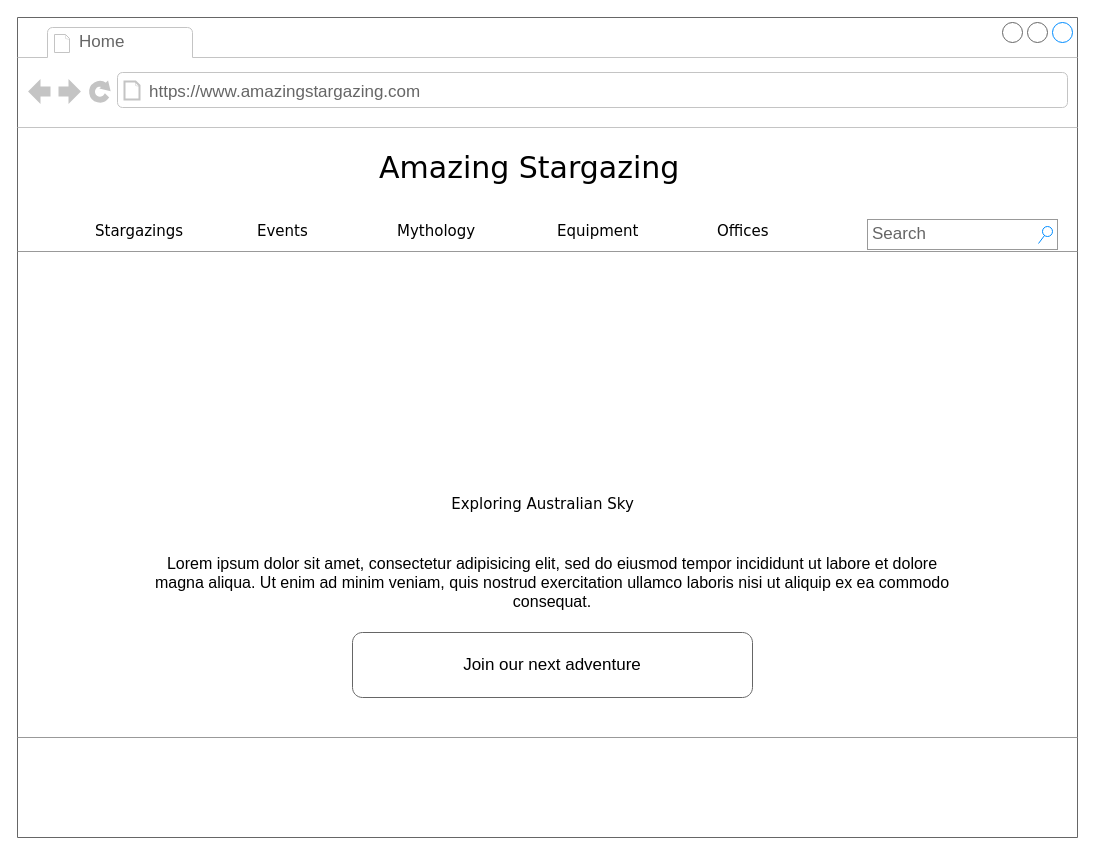
Above: page "Home" (1 of 5) of Amazing_stargazing.drawio in celia10335/Disenyo-interfaces (draw.io), before the change. Source tidied: cells renumbered, new cells numbered last; positions are measured from the earlier drawing's top-left corner, leaving out a move shared by most shapes. Both pictures are drawn from the tidied source at 100%, with x=0, y=0 at pixel (17, 17).
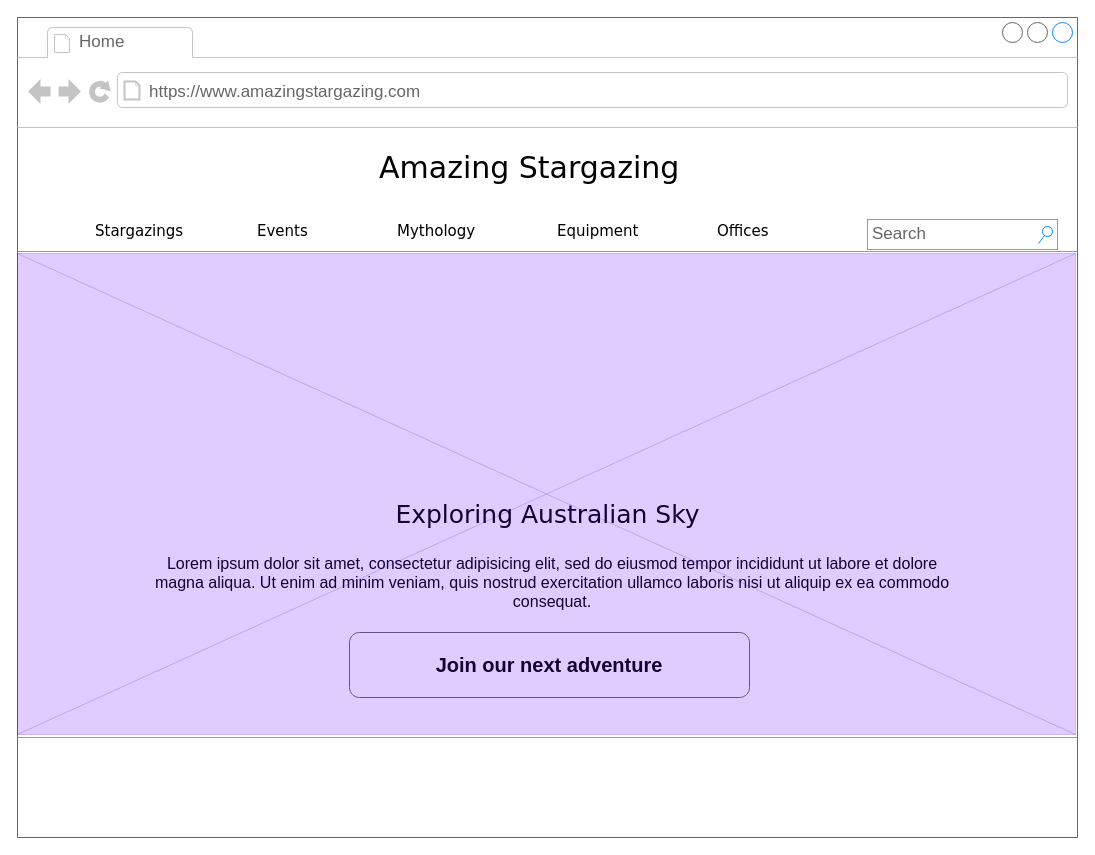
The same diagram, later.

The edit, as a diff of the source:
```diff
@@
 <mxGraphModel background="#ffffff">
   <root>
     <mxCell id="0" />
     <mxCell id="1" parent="0" />
     <mxCell id="2" style="strokeWidth=1;shadow=0;dashed=0;align=center;html=1;shape=mxgraph.mockup.containers.browserWindow;rSize=0;strokeColor=#666666;mainText=,;rounded=0;labelBackgroundColor=none;fontFamily=Verdana;fontSize=12;" parent="1" vertex="1">
       <mxGeometry width="1060" height="820" as="geometry" />
     </mxCell>
     <mxCell id="3" value="Home" style="strokeWidth=1;shadow=0;dashed=0;align=center;html=1;shape=mxgraph.mockup.containers.anchor;fontSize=17;fontColor=#666666;align=left;" parent="2" vertex="1">
       <mxGeometry x="60" y="12" width="100" height="26" as="geometry" />
     </mxCell>
     <mxCell id="4" value="https://www.amazingstargazing.com" style="strokeWidth=1;shadow=0;dashed=0;align=center;html=1;shape=mxgraph.mockup.containers.anchor;rSize=0;fontSize=17;fontColor=#666666;align=left;" parent="2" vertex="1">
       <mxGeometry x="130" y="60" width="250" height="30" as="geometry" />
     </mxCell>
     <mxCell id="5" value="Amazing Stargazing" style="text;html=1;align=left;verticalAlign=top;spacingTop=-4;fontSize=30;fontFamily=Verdana;" parent="2" vertex="1">
       <mxGeometry x="360" y="130" width="340" height="50" as="geometry" />
     </mxCell>
-    <mxCell id="6" value="Exploring Australian Sky" style="text;html=1;align=center;verticalAlign=top;spacingTop=-4;fontSize=15;fontFamily=Verdana;" parent="2" vertex="1">
-      <mxGeometry x="415" y="475" width="220" height="30" as="geometry" />
+    <mxCell id="6" value="&lt;font style=&quot;font-size: 25px;&quot;&gt;Exploring Australian Sky&lt;/font&gt;" style="text;html=1;align=center;verticalAlign=top;spacingTop=-4;fontSize=15;fontFamily=Verdana;" parent="2" vertex="1">
+      <mxGeometry x="355" y="480" width="350" height="30" as="geometry" />
     </mxCell>
     <mxCell id="7" value="Lorem ipsum dolor sit amet, consectetur adipisicing elit, sed do eiusmod tempor incididunt ut labore et dolore magna aliqua. Ut enim ad minim veniam, quis nostrud exercitation ullamco laboris nisi ut aliquip ex ea commodo consequat." style="text;spacingTop=-5;whiteSpace=wrap;html=1;align=center;fontSize=16;fontFamily=Helvetica;fillColor=none;strokeColor=none;rounded=0;shadow=1;labelBackgroundColor=none;" parent="2" vertex="1">
       <mxGeometry x="135" y="535" width="800" height="60" as="geometry" />
     </mxCell>
-    <mxCell id="8" value="Join our next adventure" style="strokeWidth=1;shadow=0;dashed=0;align=center;html=1;shape=mxgraph.mockup.buttons.button;strokeColor=#666666;mainText=;buttonStyle=round;fontSize=17;fontStyle=0;fillColor=none;whiteSpace=wrap;rounded=0;labelBackgroundColor=none;" parent="2" vertex="1">
-      <mxGeometry x="335" y="615" width="400" height="65" as="geometry" />
-    </mxCell>
     <mxCell id="9" value="Stargazings" style="text;html=1;align=left;verticalAlign=top;spacingTop=-4;fontSize=15;fontFamily=Verdana;" parent="2" vertex="1">
       <mxGeometry x="76" y="202" width="110" height="30" as="geometry" />
     </mxCell>
     <mxCell id="10" value="Events" style="text;html=1;align=left;verticalAlign=top;spacingTop=-4;fontSize=15;fontFamily=Verdana;" parent="2" vertex="1">
       <mxGeometry x="238" y="202" width="100" height="30" as="geometry" />
     </mxCell>
     <mxCell id="11" value="Mythology" style="text;html=1;align=left;verticalAlign=top;spacingTop=-4;fontSize=15;fontFamily=Verdana;" parent="2" vertex="1">
       <mxGeometry x="378" y="202" width="110" height="30" as="geometry" />
     </mxCell>
     <mxCell id="12" style="verticalLabelPosition=bottom;shadow=0;dashed=0;align=center;html=1;verticalAlign=top;strokeWidth=1;shape=mxgraph.mockup.markup.line;strokeColor=#999999;rounded=0;labelBackgroundColor=none;fillColor=#ffffff;fontFamily=Verdana;fontSize=12;fontColor=#000000;" parent="2" vertex="1">
       <mxGeometry y="224" width="1060" height="20" as="geometry" />
     </mxCell>
     <mxCell id="13" value="Equipment" style="text;html=1;align=left;verticalAlign=top;spacingTop=-4;fontSize=15;fontFamily=Verdana;" parent="2" vertex="1">
       <mxGeometry x="538" y="202" width="110" height="30" as="geometry" />
     </mxCell>
     <mxCell id="14" value="Offices" style="text;html=1;align=left;verticalAlign=top;spacingTop=-4;fontSize=15;fontFamily=Verdana;" parent="2" vertex="1">
       <mxGeometry x="698" y="202" width="110" height="30" as="geometry" />
     </mxCell>
+    <mxCell id="8" value="&lt;font color=&quot;#000000&quot; style=&quot;font-size: 20px;&quot;&gt;Join our next adventure&lt;/font&gt;" style="strokeWidth=1;shadow=0;dashed=0;align=center;html=1;shape=mxgraph.mockup.buttons.button;strokeColor=#666666;fontColor=#ffffff;mainText=;buttonStyle=round;fontSize=17;fontStyle=1;fillColor=#FFFFFF;whiteSpace=wrap;rounded=0;glass=0;sketch=0;fillStyle=auto;" parent="2" vertex="1">
+      <mxGeometry x="332" y="615" width="400" height="65" as="geometry" />
+    </mxCell>
+    <mxCell id="17" style="verticalLabelPosition=bottom;shadow=0;dashed=0;align=center;html=1;verticalAlign=top;strokeWidth=1;shape=mxgraph.mockup.graphics.simpleIcon;strokeColor=#3700CC;rounded=0;glass=0;sketch=0;fillStyle=auto;fontSize=22;fontColor=#ffffff;fillColor=#6a00ff;opacity=20;" parent="1" vertex="1">
+      <mxGeometry y="236" width="1058" height="481" as="geometry" />
+    </mxCell>
     <mxCell id="15" value="Search" style="strokeWidth=1;shadow=0;dashed=0;align=center;html=1;shape=mxgraph.mockup.forms.searchBox;strokeColor=#999999;mainText=;strokeColor2=#008cff;fontColor=#666666;fontSize=17;align=left;spacingLeft=3;fillColor=#FFFFFF;" parent="1" vertex="1">
       <mxGeometry x="850" y="202" width="190" height="30" as="geometry" />
     </mxCell>
     <mxCell id="16" style="verticalLabelPosition=bottom;shadow=0;dashed=0;align=center;html=1;verticalAlign=top;strokeWidth=1;shape=mxgraph.mockup.markup.line;strokeColor=#999999;rounded=0;labelBackgroundColor=none;fillColor=#ffffff;fontFamily=Verdana;fontSize=12;fontColor=#000000;" parent="1" vertex="1">
       <mxGeometry y="710" width="1060" height="20" as="geometry" />
     </mxCell>
   </root>
 </mxGraphModel>
```
